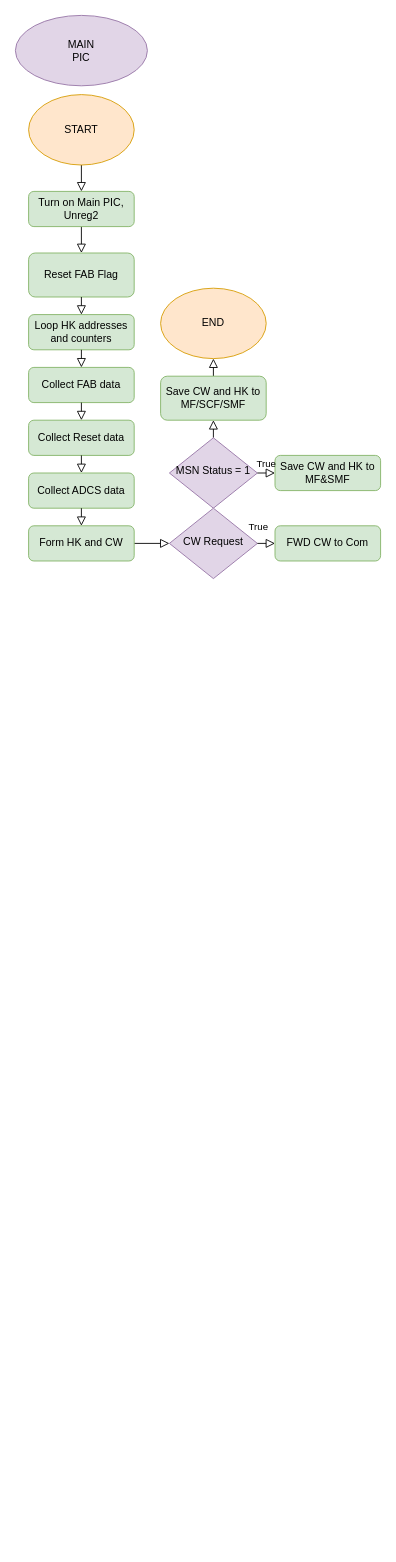
This is page "HK" (7 of 9) of Diagrams/operation_scenario.drawio from BIRDSOpenSource/BIRDSRP-OBC, a draw.io file, before an edit. Source tidied: cells renumbered, new cells numbered last; positions are measured from the earlier drawing's top-left corner, leaving out a move shared by most shapes. Both pictures are drawn from the tidied source at 88%, with x=0, y=0 at pixel (15, 15).
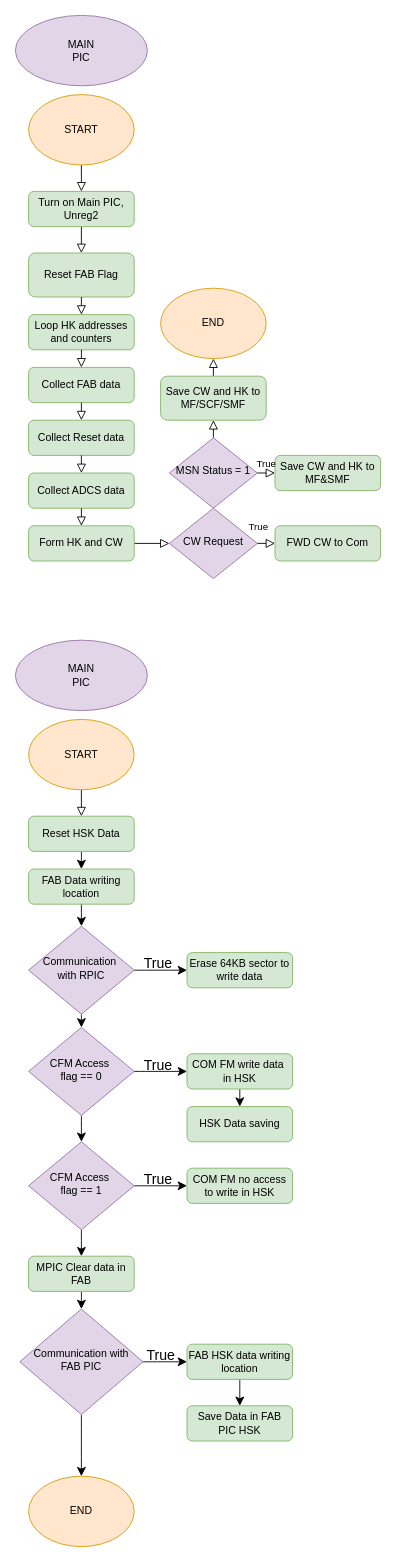
The same page after the edit.

What changed in the source:
```diff
@@
+    <mxCell id="30" style="rounded=0;html=1;jettySize=auto;fontSize=11;endArrow=block;endFill=0;endSize=8;strokeWidth=1;shadow=0;labelBackgroundColor=none;edgeStyle=orthogonalEdgeStyle;exitX=0.5;exitY=1;exitDx=0;exitDy=0;entryX=0.5;entryY=0;entryDx=0;entryDy=0;" parent="1" edge="1" source="34" target="32">
+      <mxGeometry relative="1" as="geometry">
+        <Array as="points">
+          <mxPoint x="75" y="860" />
+          <mxPoint x="75" y="860" />
+        </Array>
+      </mxGeometry>
+    </mxCell>
+    <mxCell id="31" style="edgeStyle=none;curved=1;rounded=0;jettySize=auto;html=1;fontSize=12;startSize=8;endSize=8;" parent="1" edge="1" source="32" target="36">
+      <mxGeometry relative="1" as="geometry" />
+    </mxCell>
+    <mxCell id="32" value="Reset HSK Data" style="rounded=1;whiteSpace=wrap;html=1;fontSize=12;glass=0;strokeWidth=1;shadow=0;fillColor=#d5e8d4;strokeColor=#82b366;" parent="1" vertex="1">
+      <mxGeometry x="15" y="910" width="120" height="40" as="geometry" />
+    </mxCell>
+    <mxCell id="33" value="&lt;div&gt;MAIN&lt;/div&gt;&lt;div&gt;PIC&lt;/div&gt;" style="ellipse;whiteSpace=wrap;html=1;fillColor=#e1d5e7;strokeColor=#9673a6;" parent="1" vertex="1">
+      <mxGeometry y="710" width="150" height="80" as="geometry" />
+    </mxCell>
+    <mxCell id="34" value="START" style="ellipse;whiteSpace=wrap;html=1;fillColor=#ffe6cc;strokeColor=#d79b00;" parent="1" vertex="1">
+      <mxGeometry x="15" y="800" width="120" height="80" as="geometry" />
+    </mxCell>
+    <mxCell id="35" style="edgeStyle=none;curved=1;rounded=0;jettySize=auto;html=1;entryX=0.5;entryY=0;entryDx=0;entryDy=0;fontSize=12;startSize=8;endSize=8;" parent="1" edge="1" source="36" target="39">
+      <mxGeometry relative="1" as="geometry" />
+    </mxCell>
+    <mxCell id="36" value="FAB Data writing location" style="rounded=1;whiteSpace=wrap;html=1;fontSize=12;glass=0;strokeWidth=1;shadow=0;fillColor=#d5e8d4;strokeColor=#82b366;" parent="1" vertex="1">
+      <mxGeometry x="15" y="970" width="120" height="40" as="geometry" />
+    </mxCell>
+    <mxCell id="37" style="edgeStyle=none;curved=1;rounded=0;jettySize=auto;html=1;entryX=0;entryY=0.5;entryDx=0;entryDy=0;fontSize=12;startSize=8;endSize=8;" parent="1" edge="1" source="39" target="40">
+      <mxGeometry relative="1" as="geometry" />
+    </mxCell>
+    <mxCell id="38" style="edgeStyle=none;curved=1;rounded=0;jettySize=auto;html=1;exitX=0.5;exitY=1;exitDx=0;exitDy=0;entryX=0.5;entryY=0;entryDx=0;entryDy=0;fontSize=12;startSize=8;endSize=8;" parent="1" edge="1" source="39" target="43">
+      <mxGeometry relative="1" as="geometry" />
+    </mxCell>
+    <mxCell id="39" value="Communication&amp;nbsp;&lt;div&gt;with RPIC&lt;/div&gt;" style="rhombus;whiteSpace=wrap;html=1;shadow=0;fontFamily=Helvetica;fontSize=12;align=center;strokeWidth=1;spacing=6;spacingTop=-4;fillColor=#e1d5e7;strokeColor=#9673a6;" parent="1" vertex="1">
+      <mxGeometry x="15" y="1035" width="120" height="100" as="geometry" />
+    </mxCell>
+    <mxCell id="40" value="Erase 64KB sector to write data" style="rounded=1;whiteSpace=wrap;html=1;fontSize=12;glass=0;strokeWidth=1;shadow=0;fillColor=#d5e8d4;strokeColor=#82b366;" parent="1" vertex="1">
+      <mxGeometry x="195" y="1065" width="120" height="40" as="geometry" />
+    </mxCell>
+    <mxCell id="41" style="edgeStyle=none;curved=1;rounded=0;jettySize=auto;html=1;entryX=0;entryY=0.5;entryDx=0;entryDy=0;fontSize=12;startSize=8;endSize=8;" parent="1" edge="1" source="43" target="45">
+      <mxGeometry relative="1" as="geometry" />
+    </mxCell>
+    <mxCell id="42" style="edgeStyle=none;curved=1;rounded=0;jettySize=auto;html=1;entryX=0.5;entryY=0;entryDx=0;entryDy=0;fontSize=12;startSize=8;endSize=8;" parent="1" edge="1" source="43" target="49">
+      <mxGeometry relative="1" as="geometry" />
+    </mxCell>
+    <mxCell id="43" value="CFM Access&amp;nbsp;&lt;div&gt;flag&amp;nbsp;&lt;span style=&quot;background-color: initial;&quot;&gt;== 0&lt;/span&gt;&lt;/div&gt;" style="rhombus;whiteSpace=wrap;html=1;shadow=0;fontFamily=Helvetica;fontSize=12;align=center;strokeWidth=1;spacing=6;spacingTop=-4;fillColor=#e1d5e7;strokeColor=#9673a6;" parent="1" vertex="1">
+      <mxGeometry x="15" y="1150" width="120" height="100" as="geometry" />
+    </mxCell>
+    <mxCell id="44" style="edgeStyle=none;curved=1;rounded=0;jettySize=auto;html=1;entryX=0.5;entryY=0;entryDx=0;entryDy=0;fontSize=12;startSize=8;endSize=8;" parent="1" edge="1" source="45" target="46">
+      <mxGeometry relative="1" as="geometry" />
+    </mxCell>
+    <mxCell id="45" value="COM FM write data&amp;nbsp;&lt;div&gt;in HSK&lt;/div&gt;" style="rounded=1;whiteSpace=wrap;html=1;fontSize=12;glass=0;strokeWidth=1;shadow=0;fillColor=#d5e8d4;strokeColor=#82b366;" parent="1" vertex="1">
+      <mxGeometry x="195" y="1180" width="120" height="40" as="geometry" />
+    </mxCell>
+    <mxCell id="46" value="HSK Data saving" style="rounded=1;whiteSpace=wrap;html=1;fontSize=12;glass=0;strokeWidth=1;shadow=0;fillColor=#d5e8d4;strokeColor=#82b366;" parent="1" vertex="1">
+      <mxGeometry x="195" y="1240" width="120" height="40" as="geometry" />
+    </mxCell>
+    <mxCell id="47" style="edgeStyle=none;curved=1;rounded=0;jettySize=auto;html=1;fontSize=12;startSize=8;endSize=8;" parent="1" edge="1" source="49" target="50">
+      <mxGeometry relative="1" as="geometry" />
+    </mxCell>
+    <mxCell id="48" style="edgeStyle=none;curved=1;rounded=0;jettySize=auto;html=1;entryX=0.5;entryY=0;entryDx=0;entryDy=0;fontSize=12;startSize=8;endSize=8;" parent="1" edge="1" source="49" target="52">
+      <mxGeometry relative="1" as="geometry" />
+    </mxCell>
+    <mxCell id="49" value="CFM Access&amp;nbsp;&lt;div&gt;flag&amp;nbsp;&lt;span style=&quot;background-color: initial;&quot;&gt;== 1&lt;/span&gt;&lt;/div&gt;" style="rhombus;whiteSpace=wrap;html=1;shadow=0;fontFamily=Helvetica;fontSize=12;align=center;strokeWidth=1;spacing=6;spacingTop=-4;fillColor=#e1d5e7;strokeColor=#9673a6;" parent="1" vertex="1">
+      <mxGeometry x="15" y="1280" width="120" height="100" as="geometry" />
+    </mxCell>
+    <mxCell id="50" value="COM FM no access to write in HSK" style="rounded=1;whiteSpace=wrap;html=1;fontSize=12;glass=0;strokeWidth=1;shadow=0;fillColor=#d5e8d4;strokeColor=#82b366;" parent="1" vertex="1">
+      <mxGeometry x="195" y="1310" width="120" height="40" as="geometry" />
+    </mxCell>
+    <mxCell id="51" style="edgeStyle=none;curved=1;rounded=0;jettySize=auto;html=1;exitX=0.5;exitY=1;exitDx=0;exitDy=0;entryX=0.5;entryY=0;entryDx=0;entryDy=0;fontSize=12;startSize=8;endSize=8;" parent="1" edge="1" source="52" target="55">
+      <mxGeometry relative="1" as="geometry" />
+    </mxCell>
+    <mxCell id="52" value="MPIC Clear data in FAB" style="rounded=1;whiteSpace=wrap;html=1;fontSize=12;glass=0;strokeWidth=1;shadow=0;fillColor=#d5e8d4;strokeColor=#82b366;" parent="1" vertex="1">
+      <mxGeometry x="15" y="1410" width="120" height="40" as="geometry" />
+    </mxCell>
+    <mxCell id="53" style="edgeStyle=none;curved=1;rounded=0;jettySize=auto;html=1;fontSize=12;startSize=8;endSize=8;" parent="1" edge="1" source="55" target="57">
+      <mxGeometry relative="1" as="geometry" />
+    </mxCell>
+    <mxCell id="54" style="edgeStyle=none;curved=1;rounded=0;jettySize=auto;html=1;fontSize=12;startSize=8;endSize=8;" parent="1" edge="1" source="55" target="59">
+      <mxGeometry relative="1" as="geometry" />
+    </mxCell>
+    <mxCell id="55" value="Communication with FAB PIC" style="rhombus;whiteSpace=wrap;html=1;shadow=0;fontFamily=Helvetica;fontSize=12;align=center;strokeWidth=1;spacing=6;spacingTop=-4;fillColor=#e1d5e7;strokeColor=#9673a6;" parent="1" vertex="1">
+      <mxGeometry x="5" y="1470" width="140" height="120" as="geometry" />
+    </mxCell>
+    <mxCell id="56" style="edgeStyle=none;curved=1;rounded=0;jettySize=auto;html=1;entryX=0.5;entryY=0;entryDx=0;entryDy=0;fontSize=12;startSize=8;endSize=8;" parent="1" edge="1" source="57" target="58">
+      <mxGeometry relative="1" as="geometry" />
+    </mxCell>
+    <mxCell id="57" value="FAB HSK data writing location" style="rounded=1;whiteSpace=wrap;html=1;fontSize=12;glass=0;strokeWidth=1;shadow=0;fillColor=#d5e8d4;strokeColor=#82b366;" parent="1" vertex="1">
+      <mxGeometry x="195" y="1510" width="120" height="40" as="geometry" />
+    </mxCell>
+    <mxCell id="58" value="Save Data in FAB PIC HSK" style="rounded=1;whiteSpace=wrap;html=1;fontSize=12;glass=0;strokeWidth=1;shadow=0;fillColor=#d5e8d4;strokeColor=#82b366;" parent="1" vertex="1">
+      <mxGeometry x="195" y="1580" width="120" height="40" as="geometry" />
+    </mxCell>
+    <mxCell id="59" value="END" style="ellipse;whiteSpace=wrap;html=1;fillColor=#ffe6cc;strokeColor=#d79b00;" parent="1" vertex="1">
+      <mxGeometry x="15" y="1660" width="120" height="80" as="geometry" />
+    </mxCell>
+    <mxCell id="60" value="True" style="text;html=1;align=center;verticalAlign=middle;strokeColor=none;fillColor=none;fontSize=16;" parent="1" vertex="1">
+      <mxGeometry x="135" y="1507" width="60" height="30" as="geometry" />
+    </mxCell>
+    <mxCell id="61" value="True" style="text;html=1;align=center;verticalAlign=middle;strokeColor=none;fillColor=none;fontSize=16;" parent="1" vertex="1">
+      <mxGeometry x="132" y="1307" width="60" height="30" as="geometry" />
+    </mxCell>
+    <mxCell id="62" value="True" style="text;html=1;align=center;verticalAlign=middle;strokeColor=none;fillColor=none;fontSize=16;" parent="1" vertex="1">
+      <mxGeometry x="132" y="1178" width="60" height="30" as="geometry" />
+    </mxCell>
+    <mxCell id="63" value="True" style="text;html=1;align=center;verticalAlign=middle;strokeColor=none;fillColor=none;fontSize=16;" parent="1" vertex="1">
+      <mxGeometry x="132" y="1062" width="60" height="30" as="geometry" />
+    </mxCell>
```
